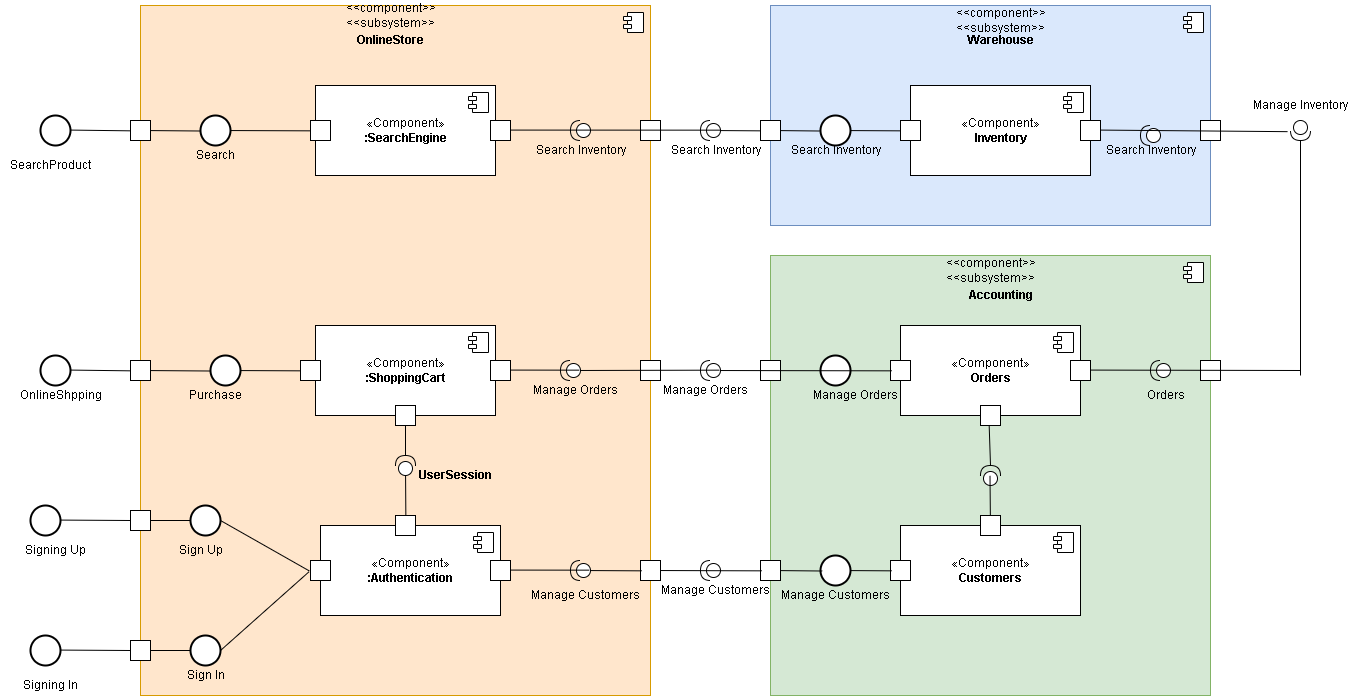
Earlier version of the draw.io export givealittle/UML diagramls/Development View/componentDiagram.png (tiisetsohub/GiveALittle). Source tidied: cells renumbered, new cells last; positions are measured from the earlier drawing's top-left corner, leaving out a move shared by most shapes.
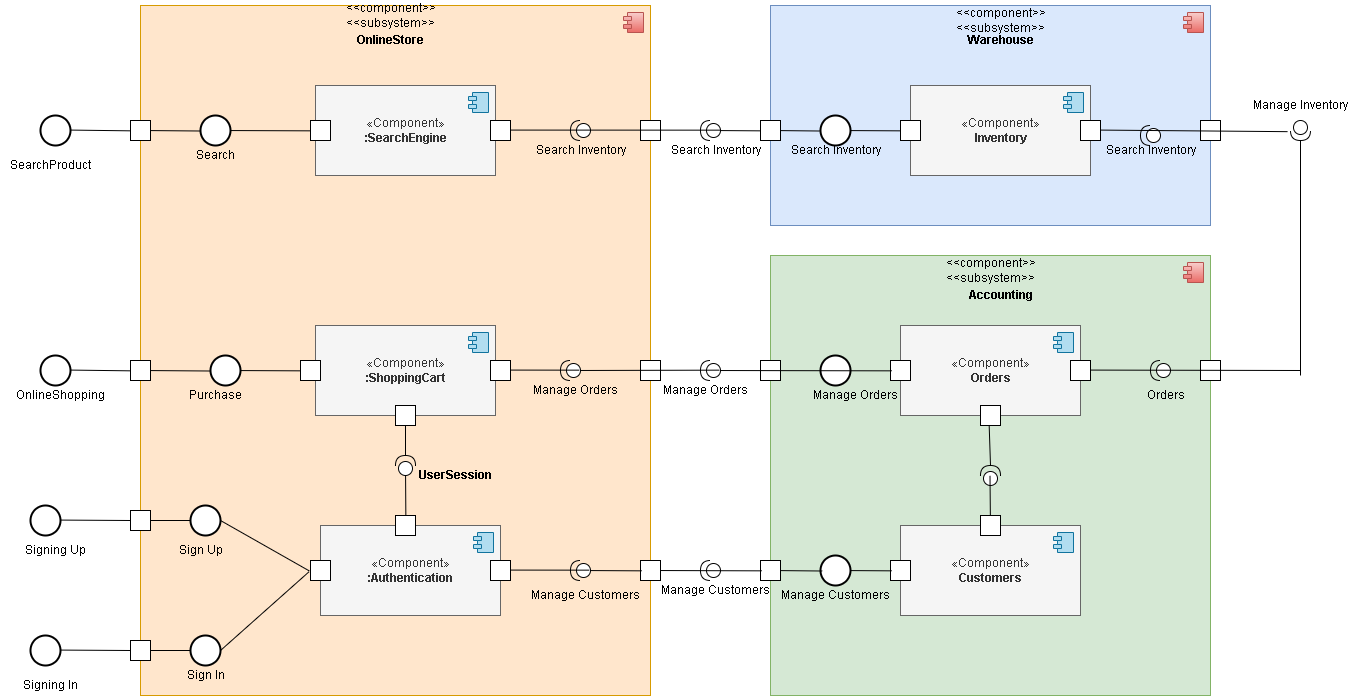
The same file after the commit.

The edit, as a diff of the source:
```diff
@@ -5,31 +5,31 @@
     <mxCell id="2" style="html=1;fillColor=#ffe6cc;strokeColor=#d79b00;" parent="1" vertex="1">
       <mxGeometry x="140" y="5" width="510" height="690" as="geometry" />
     </mxCell>
-    <mxCell id="3" style="shape=module;jettyWidth=8;jettyHeight=4;" parent="2" vertex="1">
+    <mxCell id="3" style="shape=module;jettyWidth=8;jettyHeight=4;fillColor=#f8cecc;gradientColor=#ea6b66;strokeColor=#b85450;" parent="2" vertex="1">
       <mxGeometry x="1" width="20" height="20" relative="1" as="geometry">
         <mxPoint x="-27" y="7" as="offset" />
       </mxGeometry>
     </mxCell>
-    <mxCell id="4" value="«Component»&lt;br&gt;&lt;b&gt;:SearchEngine&lt;/b&gt;" style="html=1;" parent="1" vertex="1">
+    <mxCell id="4" value="«Component»&lt;br&gt;&lt;b&gt;:SearchEngine&lt;/b&gt;" style="html=1;fillColor=#f5f5f5;fontColor=#333333;strokeColor=#666666;" parent="1" vertex="1">
       <mxGeometry x="315" y="85" width="180" height="90" as="geometry" />
     </mxCell>
-    <mxCell id="5" style="shape=module;jettyWidth=8;jettyHeight=4;" parent="4" vertex="1">
+    <mxCell id="5" style="shape=module;jettyWidth=8;jettyHeight=4;fillColor=#b1ddf0;strokeColor=#10739e;" parent="4" vertex="1">
       <mxGeometry x="1" width="20" height="20" relative="1" as="geometry">
         <mxPoint x="-27" y="7" as="offset" />
       </mxGeometry>
     </mxCell>
-    <mxCell id="6" value="«Component»&lt;br&gt;&lt;b&gt;:ShoppingCart&lt;/b&gt;" style="html=1;" parent="1" vertex="1">
+    <mxCell id="6" value="«Component»&lt;br&gt;&lt;b&gt;:ShoppingCart&lt;/b&gt;" style="html=1;fillColor=#f5f5f5;fontColor=#333333;strokeColor=#666666;" parent="1" vertex="1">
       <mxGeometry x="315" y="325" width="180" height="90" as="geometry" />
     </mxCell>
-    <mxCell id="7" style="shape=module;jettyWidth=8;jettyHeight=4;" parent="6" vertex="1">
+    <mxCell id="7" style="shape=module;jettyWidth=8;jettyHeight=4;fillColor=#b1ddf0;strokeColor=#10739e;" parent="6" vertex="1">
       <mxGeometry x="1" width="20" height="20" relative="1" as="geometry">
         <mxPoint x="-27" y="7" as="offset" />
       </mxGeometry>
     </mxCell>
-    <mxCell id="8" value="«Component»&lt;br&gt;&lt;b&gt;:Authentication&lt;/b&gt;" style="html=1;" parent="1" vertex="1">
+    <mxCell id="8" value="«Component»&lt;br&gt;&lt;b&gt;:Authentication&lt;/b&gt;" style="html=1;fillColor=#f5f5f5;fontColor=#333333;strokeColor=#666666;" parent="1" vertex="1">
       <mxGeometry x="320" y="525" width="180" height="90" as="geometry" />
     </mxCell>
-    <mxCell id="9" style="shape=module;jettyWidth=8;jettyHeight=4;" parent="8" vertex="1">
+    <mxCell id="9" style="shape=module;jettyWidth=8;jettyHeight=4;fillColor=#b1ddf0;strokeColor=#10739e;" parent="8" vertex="1">
       <mxGeometry x="1" width="20" height="20" relative="1" as="geometry">
         <mxPoint x="-27" y="7" as="offset" />
       </mxGeometry>
@@ -37,15 +37,15 @@
     <mxCell id="10" style="html=1;fillColor=#dae8fc;strokeColor=#6c8ebf;" parent="1" vertex="1">
       <mxGeometry x="770" y="5" width="440" height="220" as="geometry" />
     </mxCell>
-    <mxCell id="11" style="shape=module;jettyWidth=8;jettyHeight=4;" parent="10" vertex="1">
+    <mxCell id="11" style="shape=module;jettyWidth=8;jettyHeight=4;fillColor=#f8cecc;gradientColor=#ea6b66;strokeColor=#b85450;" parent="10" vertex="1">
       <mxGeometry x="1" width="20" height="20" relative="1" as="geometry">
         <mxPoint x="-27" y="7" as="offset" />
       </mxGeometry>
     </mxCell>
-    <mxCell id="12" value="«Component»&lt;br&gt;&lt;b&gt;Inventory&lt;/b&gt;" style="html=1;" parent="1" vertex="1">
+    <mxCell id="12" value="«Component»&lt;br&gt;&lt;b&gt;Inventory&lt;/b&gt;" style="html=1;fillColor=#f5f5f5;fontColor=#333333;strokeColor=#666666;" parent="1" vertex="1">
       <mxGeometry x="910" y="85" width="180" height="90" as="geometry" />
     </mxCell>
-    <mxCell id="13" style="shape=module;jettyWidth=8;jettyHeight=4;" parent="12" vertex="1">
+    <mxCell id="13" style="shape=module;jettyWidth=8;jettyHeight=4;fillColor=#b1ddf0;strokeColor=#10739e;" parent="12" vertex="1">
       <mxGeometry x="1" width="20" height="20" relative="1" as="geometry">
         <mxPoint x="-27" y="7" as="offset" />
       </mxGeometry>
@@ -53,23 +53,23 @@
     <mxCell id="14" style="html=1;fillColor=#d5e8d4;strokeColor=#82b366;" parent="1" vertex="1">
       <mxGeometry x="770" y="255" width="440" height="440" as="geometry" />
     </mxCell>
-    <mxCell id="15" style="shape=module;jettyWidth=8;jettyHeight=4;" parent="14" vertex="1">
+    <mxCell id="15" style="shape=module;jettyWidth=8;jettyHeight=4;fillColor=#f8cecc;gradientColor=#ea6b66;strokeColor=#b85450;" parent="14" vertex="1">
       <mxGeometry x="1" width="20" height="20" relative="1" as="geometry">
         <mxPoint x="-27" y="7" as="offset" />
       </mxGeometry>
     </mxCell>
-    <mxCell id="16" value="«Component»&lt;br&gt;&lt;b&gt;Orders&lt;/b&gt;" style="html=1;" parent="1" vertex="1">
+    <mxCell id="16" value="«Component»&lt;br&gt;&lt;b&gt;Orders&lt;/b&gt;" style="html=1;fillColor=#f5f5f5;fontColor=#333333;strokeColor=#666666;" parent="1" vertex="1">
       <mxGeometry x="900" y="325" width="180" height="90" as="geometry" />
     </mxCell>
-    <mxCell id="17" style="shape=module;jettyWidth=8;jettyHeight=4;" parent="16" vertex="1">
+    <mxCell id="17" style="shape=module;jettyWidth=8;jettyHeight=4;fillColor=#b1ddf0;strokeColor=#10739e;" parent="16" vertex="1">
       <mxGeometry x="1" width="20" height="20" relative="1" as="geometry">
         <mxPoint x="-27" y="7" as="offset" />
       </mxGeometry>
     </mxCell>
-    <mxCell id="18" value="«Component»&lt;br&gt;&lt;b&gt;Customers&lt;/b&gt;" style="html=1;" parent="1" vertex="1">
+    <mxCell id="18" value="«Component»&lt;br&gt;&lt;b&gt;Customers&lt;/b&gt;" style="html=1;fillColor=#f5f5f5;fontColor=#333333;strokeColor=#666666;" parent="1" vertex="1">
       <mxGeometry x="900" y="525" width="180" height="90" as="geometry" />
     </mxCell>
-    <mxCell id="19" style="shape=module;jettyWidth=8;jettyHeight=4;" parent="18" vertex="1">
+    <mxCell id="19" style="shape=module;jettyWidth=8;jettyHeight=4;fillColor=#b1ddf0;strokeColor=#10739e;" parent="18" vertex="1">
       <mxGeometry x="1" width="20" height="20" relative="1" as="geometry">
         <mxPoint x="-27" y="7" as="offset" />
       </mxGeometry>
@@ -345,7 +345,7 @@
     <mxCell id="101" value="Search" style="text;html=1;align=center;verticalAlign=middle;fillColor=none;strokeColor=none;rounded=0;" parent="1" vertex="1">
       <mxGeometry x="190" y="145" width="50" height="20" as="geometry" />
     </mxCell>
-    <mxCell id="102" value="OnlineShpping" style="text;html=1;align=center;verticalAlign=middle;fillColor=none;strokeColor=none;rounded=0;" parent="1" vertex="1">
+    <mxCell id="102" value="OnlineShopping" style="text;html=1;align=center;verticalAlign=middle;fillColor=none;strokeColor=none;rounded=0;" parent="1" vertex="1">
       <mxGeometry x="10" y="385" width="100" height="20" as="geometry" />
     </mxCell>
     <mxCell id="103" value="Purchase" style="text;html=1;align=center;verticalAlign=middle;fillColor=none;strokeColor=none;rounded=0;" parent="1" vertex="1">
```
